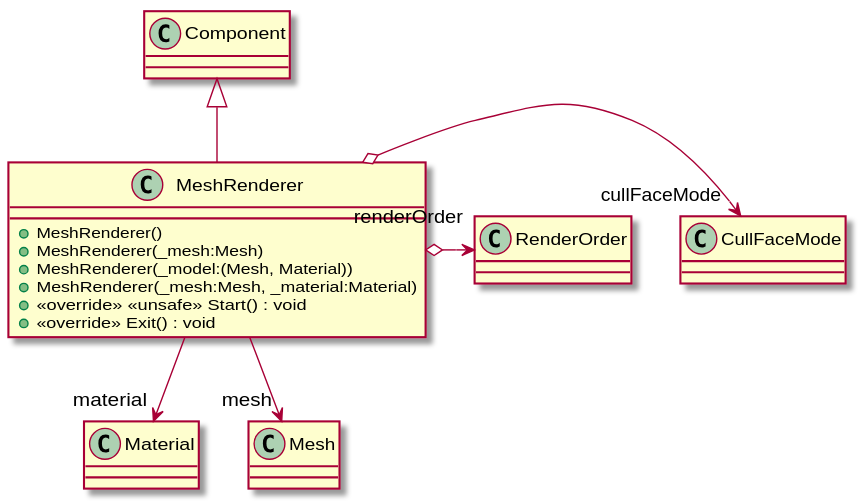
Before: UML/Core/Graphics/MeshRenderer.svg, a diagram exported from PlantUML (Zaephus/GraphicsProgramming).
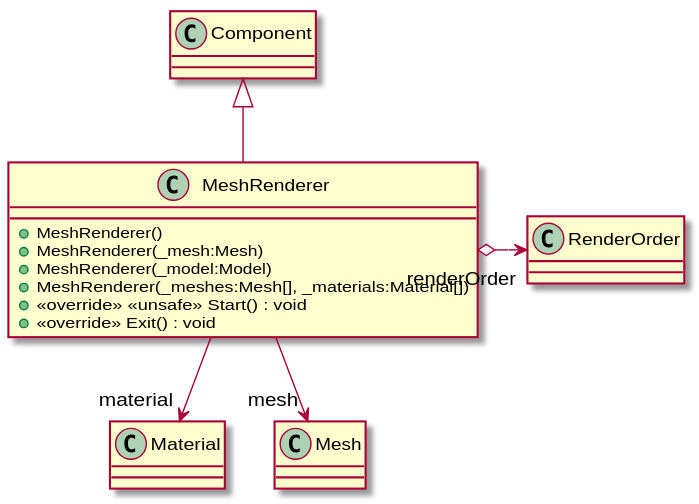
After the commit.

Diff of the diagram source:
```diff
@@ -2,14 +2,13 @@
 class MeshRenderer {
     + MeshRenderer()
     + MeshRenderer(_mesh:Mesh)
-    + MeshRenderer(_model:(Mesh, Material))
-    + MeshRenderer(_mesh:Mesh, _material:Material)
+    + MeshRenderer(_model:Model)
+    + MeshRenderer(_meshes:Mesh[], _materials:Material[])
     + <<override>> <<unsafe>> Start() : void
     + <<override>> Exit() : void
 }
 Component <|-- MeshRenderer
 MeshRenderer --> "material" Material
 MeshRenderer --> "mesh" Mesh
-MeshRenderer o-> "cullFaceMode" CullFaceMode
 MeshRenderer o-> "renderOrder" RenderOrder
 @enduml
```
